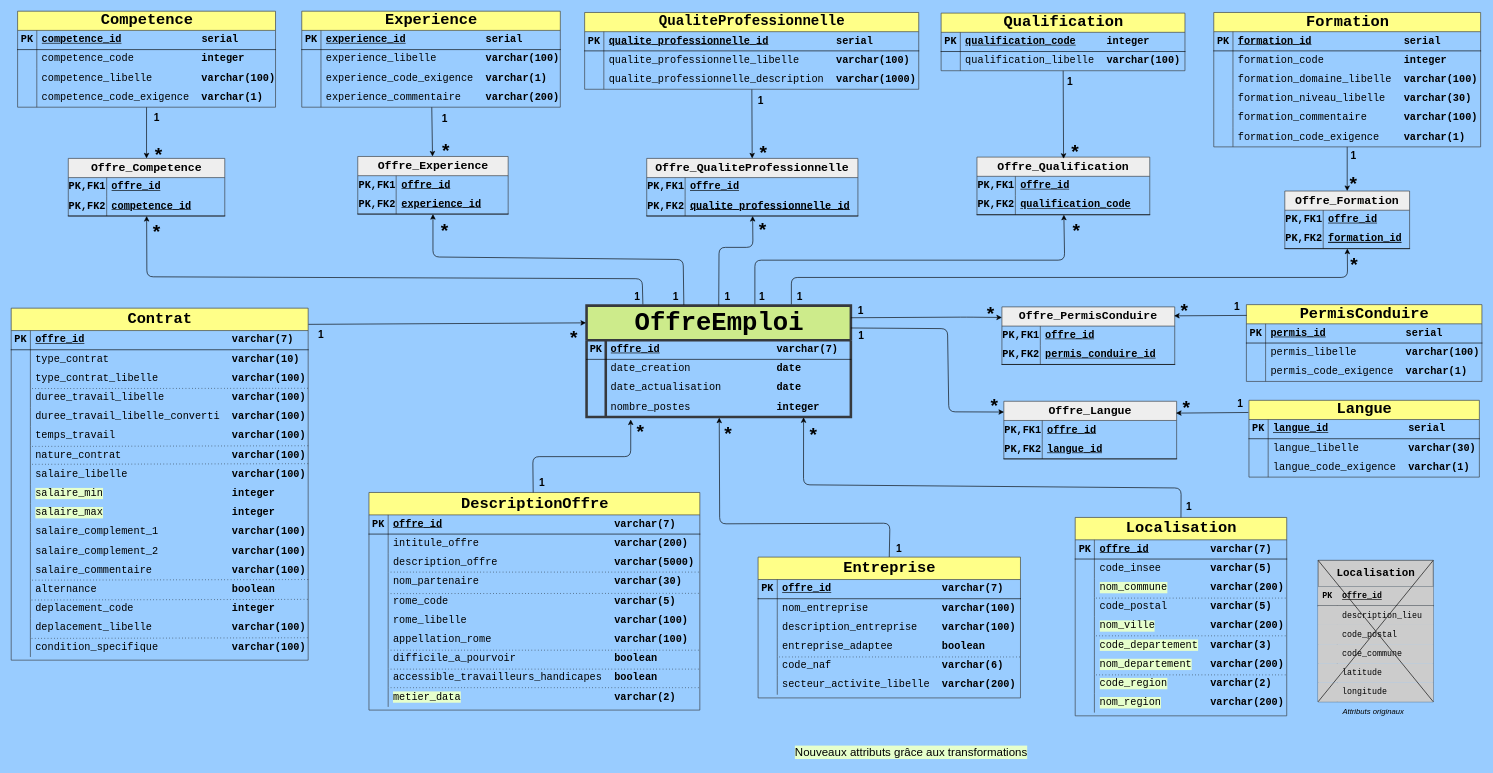
Earlier version of the draw.io diagram load_sql/UML.drawio (vimchun/Job-Market-in-France). Source tidied: cells renumbered, new cells numbered last; positions are measured from the earlier drawing's top-left corner, leaving out a move shared by most shapes. Both pictures are drawn from the tidied source at 64%, with x=0, y=0 at pixel (11, 11).
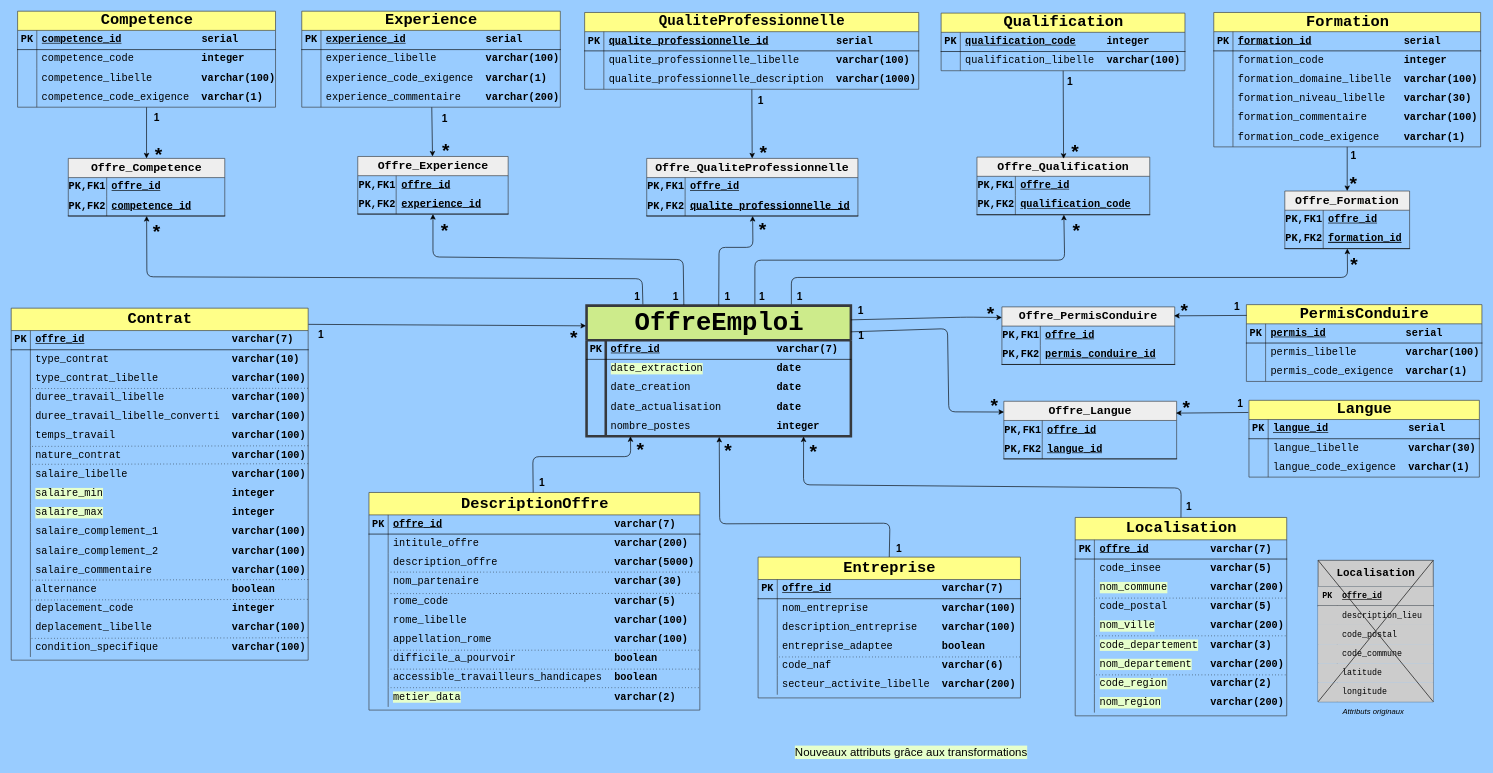
Above is the later version.

Commit message (it also covers changes not shown here):
mise à jour du script sql, du diagramme uml, et du projet Power BI pour avoir la date d'extraction des données

The change refers to these unchanged cells:
```xml
<mxCell id="243" value="&lt;span style=&quot;font-size: 24px;&quot;&gt;DescriptionOffre&lt;/span&gt;" style="shape=table;startSize=35;childLayout=tableLayout;rowLines=0;fontStyle=1;align=center;html=1;fillColor=#ffff88;strokeColor=#36393d;rounded=0;fontFamily=Courier New;fontSize=16;" parent="1" vertex="1">
  <mxGeometry x="559" y="752" width="517" height="340" as="geometry" />
</mxCell>
```

The edit, as a diff of the source:
```diff
@@
     <mxCell id="2" value="&lt;font style=&quot;font-size: 40px;&quot;&gt;OffreEmploi&lt;/font&gt;" style="shape=table;startSize=54;childLayout=tableLayout;rowLines=0;fontStyle=1;align=center;html=1;fillColor=#cdeb8b;strokeColor=#36393d;rounded=0;swimlaneLine=1;shadow=0;fontFamily=Courier New;fontSize=16;textShadow=0;labelBorderColor=none;labelBackgroundColor=none;perimeterSpacing=0;swimlaneFillColor=none;strokeWidth=4;" parent="1" vertex="1">
-      <mxGeometry x="899" y="460" width="413" height="174" as="geometry" />
+      <mxGeometry x="899" y="460" width="413" height="204" as="geometry" />
     </mxCell>
@@
+    <mxCell id="369" style="shape=tableRow;horizontal=0;startSize=0;swimlaneHead=0;swimlaneBody=0;fillColor=none;top=0;left=0;right=0;bottom=0;rounded=0;fontFamily=Courier New;fontSize=16;perimeterSpacing=0;shadow=0;swimlaneFillColor=none;strokeColor=#000000;" parent="2" vertex="1">
+      <mxGeometry y="84" width="413" height="30" as="geometry" />
+    </mxCell>
+    <mxCell id="370" style="shape=partialRectangle;fillColor=none;top=0;left=0;bottom=0;right=0;overflow=hidden;whiteSpace=wrap;html=1;rounded=0;fontFamily=Courier New;fontSize=16;perimeterSpacing=0;shadow=0;swimlaneFillColor=none;strokeColor=#000000;" parent="369" vertex="1">
+      <mxGeometry width="30" height="30" as="geometry" />
+    </mxCell>
+    <mxCell id="371" value="&lt;span style=&quot;background-color: rgb(230, 255, 204);&quot;&gt;date_extraction&lt;/span&gt;&amp;nbsp; &amp;nbsp; &amp;nbsp; &amp;nbsp; &amp;nbsp; &amp;nbsp;&amp;nbsp;&lt;span style=&quot;font-weight: 700;&quot;&gt;date&lt;/span&gt;" style="shape=partialRectangle;fillColor=none;top=0;left=0;bottom=0;right=0;align=left;spacingLeft=6;overflow=hidden;whiteSpace=wrap;html=1;rounded=0;fontFamily=Courier New;fontSize=16;perimeterSpacing=0;shadow=0;swimlaneFillColor=none;strokeColor=#000000;" parent="369" vertex="1">
+      <mxGeometry x="30" width="383" height="30" as="geometry" />
+    </mxCell>
     <mxCell id="6" style="shape=tableRow;horizontal=0;startSize=0;swimlaneHead=0;swimlaneBody=0;fillColor=none;top=0;left=0;right=0;bottom=0;rounded=0;fontFamily=Courier New;fontSize=16;perimeterSpacing=0;shadow=0;swimlaneFillColor=none;strokeColor=#000000;" parent="2" vertex="1">
-      <mxGeometry y="84" width="413" height="30" as="geometry" />
+      <mxGeometry y="114" width="413" height="30" as="geometry" />
     </mxCell>
@@
     <mxCell id="9" style="shape=tableRow;horizontal=0;startSize=0;swimlaneHead=0;swimlaneBody=0;fillColor=none;top=0;left=0;right=0;bottom=0;rounded=0;fontFamily=Courier New;fontSize=16;perimeterSpacing=0;shadow=0;swimlaneFillColor=none;strokeColor=#000000;" parent="2" vertex="1">
-      <mxGeometry y="114" width="413" height="30" as="geometry" />
+      <mxGeometry y="144" width="413" height="30" as="geometry" />
     </mxCell>
@@
     <mxCell id="12" style="shape=tableRow;horizontal=0;startSize=0;swimlaneHead=0;swimlaneBody=0;fillColor=none;points=[[0,0.5],[1,0.5]];portConstraint=eastwest;top=0;left=0;right=0;bottom=0;rounded=0;fontFamily=Courier New;fontSize=16;perimeterSpacing=0;shadow=0;swimlaneFillColor=none;strokeColor=#000000;" parent="2" vertex="1">
-      <mxGeometry y="144" width="413" height="30" as="geometry" />
+      <mxGeometry y="174" width="413" height="30" as="geometry" />
     </mxCell>
@@
-    <mxCell id="276" style="edgeStyle=none;rounded=1;jettySize=auto;html=1;curved=0;" parent="1" edge="1" source="243">
+    <mxCell id="276" style="edgeStyle=none;rounded=1;jettySize=auto;html=1;curved=0;entryX=0.166;entryY=1.007;entryDx=0;entryDy=0;entryPerimeter=0;" parent="1" edge="1" source="243" target="12">
       <mxGeometry relative="1" as="geometry">
-        <mxPoint x="968" y="638" as="targetPoint" />
         <Array as="points">
           <mxPoint x="815" y="696" />
           <mxPoint x="968" y="696" />
         </Array>
       </mxGeometry>
     </mxCell>
@@
     <mxCell id="299" value="*" style="text;html=1;align=center;verticalAlign=middle;strokeColor=none;fillColor=none;rounded=1;strokeWidth=1;fontSize=30;fontStyle=1;arcSize=50;" parent="1" vertex="1">
-      <mxGeometry x="1238" y="637" width="30" height="48" as="geometry" />
+      <mxGeometry x="1238" y="664" width="30" height="48" as="geometry" />
     </mxCell>
     <mxCell id="300" value="*" style="text;html=1;align=center;verticalAlign=middle;strokeColor=none;fillColor=none;rounded=1;strokeWidth=1;fontSize=30;fontStyle=1;arcSize=50;" parent="1" vertex="1">
-      <mxGeometry x="1105" y="635" width="30" height="48" as="geometry" />
+      <mxGeometry x="1105" y="662" width="30" height="48" as="geometry" />
     </mxCell>
     <mxCell id="301" value="*" style="text;html=1;align=center;verticalAlign=middle;strokeColor=none;fillColor=none;rounded=1;strokeWidth=1;fontSize=30;fontStyle=1;arcSize=50;" parent="1" vertex="1">
-      <mxGeometry x="968" y="632.5" width="30" height="48" as="geometry" />
+      <mxGeometry x="968" y="659.5" width="30" height="48" as="geometry" />
     </mxCell>
```
